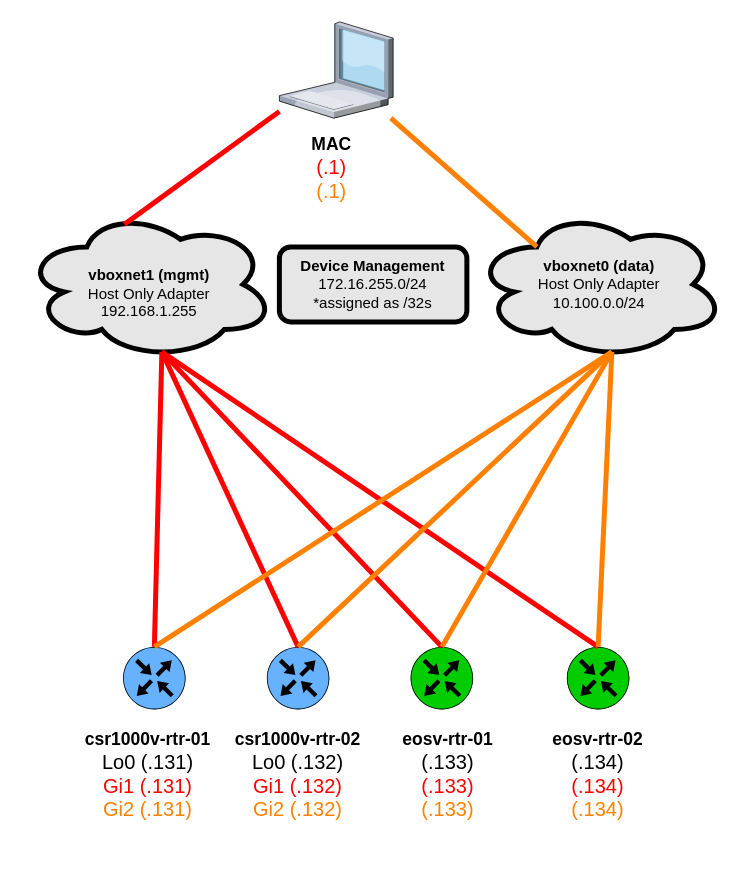
Earlier version of the draw.io diagram virtual-box-lab/lab-network.drawio (j0hn3/network_programmability_experiments). Source tidied: cells renumbered, new cells numbered last; positions are measured from the earlier drawing's top-left corner, leaving out a move shared by most shapes. Both pictures are drawn from the tidied source at 125%, with x=0, y=0 at pixel (24, 21).
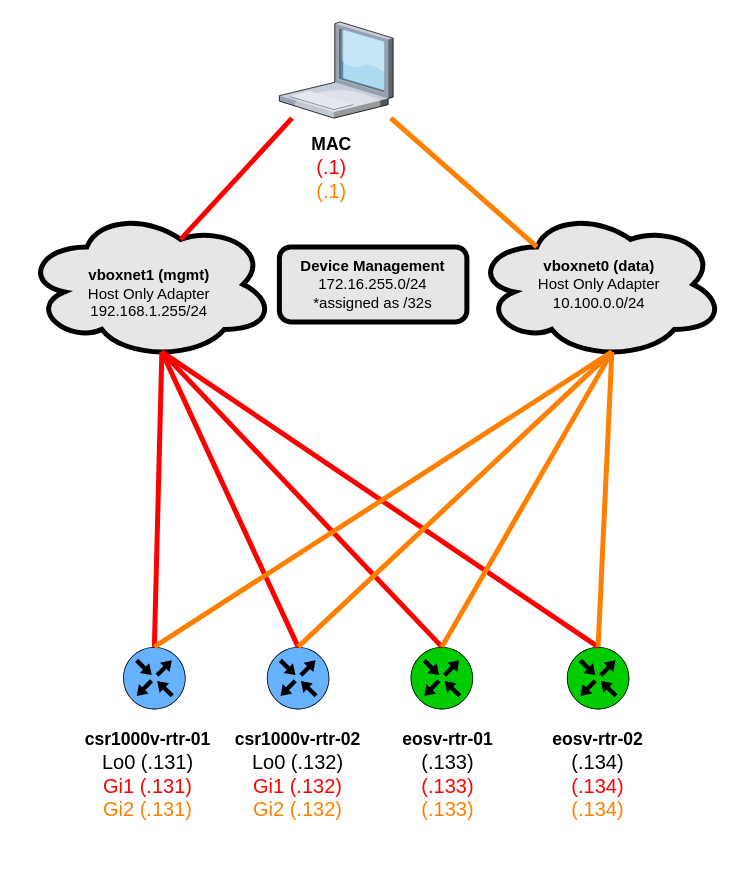
The same page after the edit.

The change refers to these unchanged cells:
```xml
<mxCell id="4" style="verticalLabelPosition=bottom;html=1;verticalAlign=top;strokeColor=none;align=center;outlineConnect=0;shape=mxgraph.citrix.laptop_1;" parent="1" vertex="1">
  <mxGeometry x="204" width="91" height="77" as="geometry" />
</mxCell>
```

Diff of the diagram source:
```diff
@@
-    <mxCell id="5" value="&lt;br&gt;&lt;div&gt;&lt;b&gt;vboxnet1 (mgmt)&lt;br&gt;&lt;/b&gt;&lt;/div&gt;&lt;div&gt;Host Only Adapter&lt;br&gt;&lt;/div&gt;&lt;div&gt;192.168.1.255&lt;br&gt;&lt;/div&gt;" style="ellipse;shape=cloud;whiteSpace=wrap;html=1;strokeWidth=4;fillColor=#E6E6E6;" parent="1" vertex="1">
+    <mxCell id="5" value="&lt;br&gt;&lt;div&gt;&lt;b&gt;vboxnet1 (mgmt)&lt;br&gt;&lt;/b&gt;&lt;/div&gt;&lt;div&gt;Host Only Adapter&lt;br&gt;&lt;/div&gt;&lt;div&gt;192.168.1.255/24&lt;br&gt;&lt;/div&gt;" style="ellipse;shape=cloud;whiteSpace=wrap;html=1;strokeWidth=4;fillColor=#E6E6E6;" parent="1" vertex="1">
       <mxGeometry y="150" width="200" height="120" as="geometry" />
     </mxCell>
-    <mxCell id="6" style="endArrow=none;html=1;exitX=0.4;exitY=0.1;exitDx=0;exitDy=0;exitPerimeter=0;strokeColor=#FF0000;strokeWidth=4;" parent="1" edge="1" source="5" target="4">
+    <mxCell id="6" style="endArrow=none;html=1;exitX=0.625;exitY=0.2;exitDx=0;exitDy=0;exitPerimeter=0;strokeColor=#FF0000;strokeWidth=4;" parent="1" edge="1" source="5" target="4">
       <mxGeometry relative="1" as="geometry" />
     </mxCell>
```
